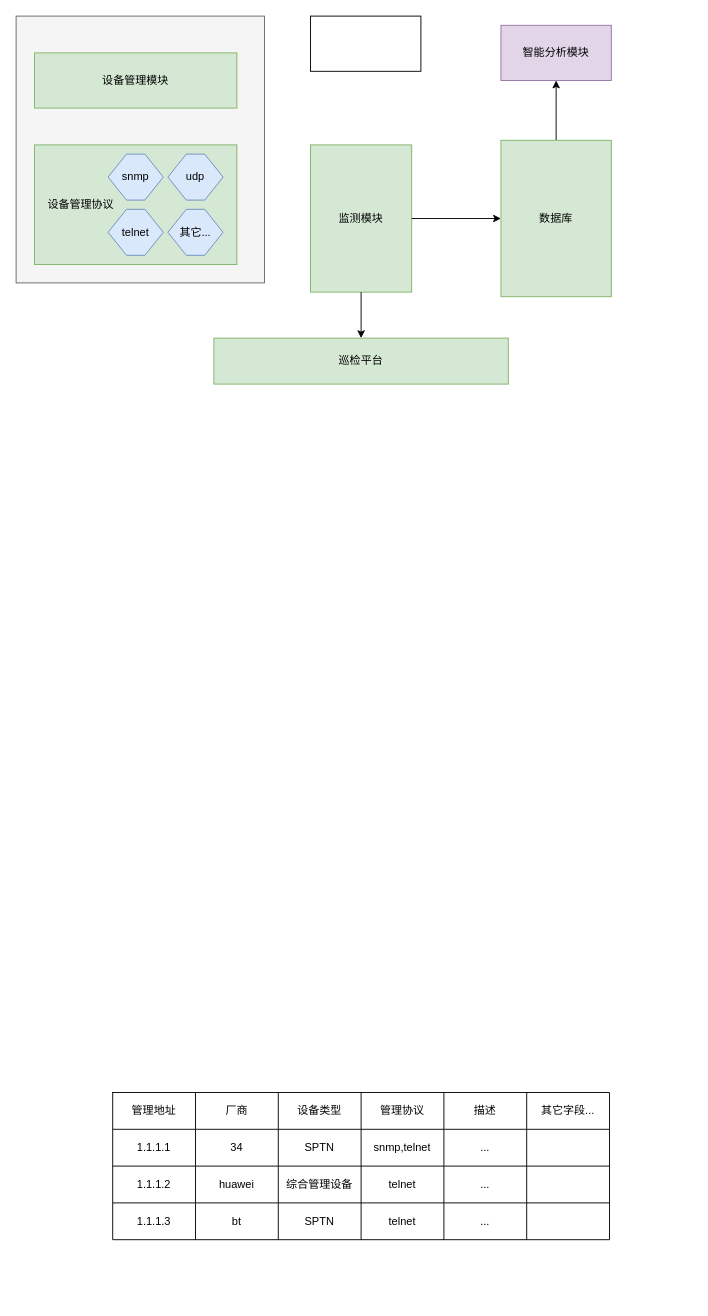
Earlier version of the draw.io diagram 未命名绘图.drawio (wdmlsx/xunjian). Source tidied: cells renumbered, new cells numbered last; positions are measured from the earlier drawing's top-left corner, leaving out a move shared by most shapes. Both pictures are drawn from the tidied source at 92%, with x=0, y=0 at pixel (16, 16).
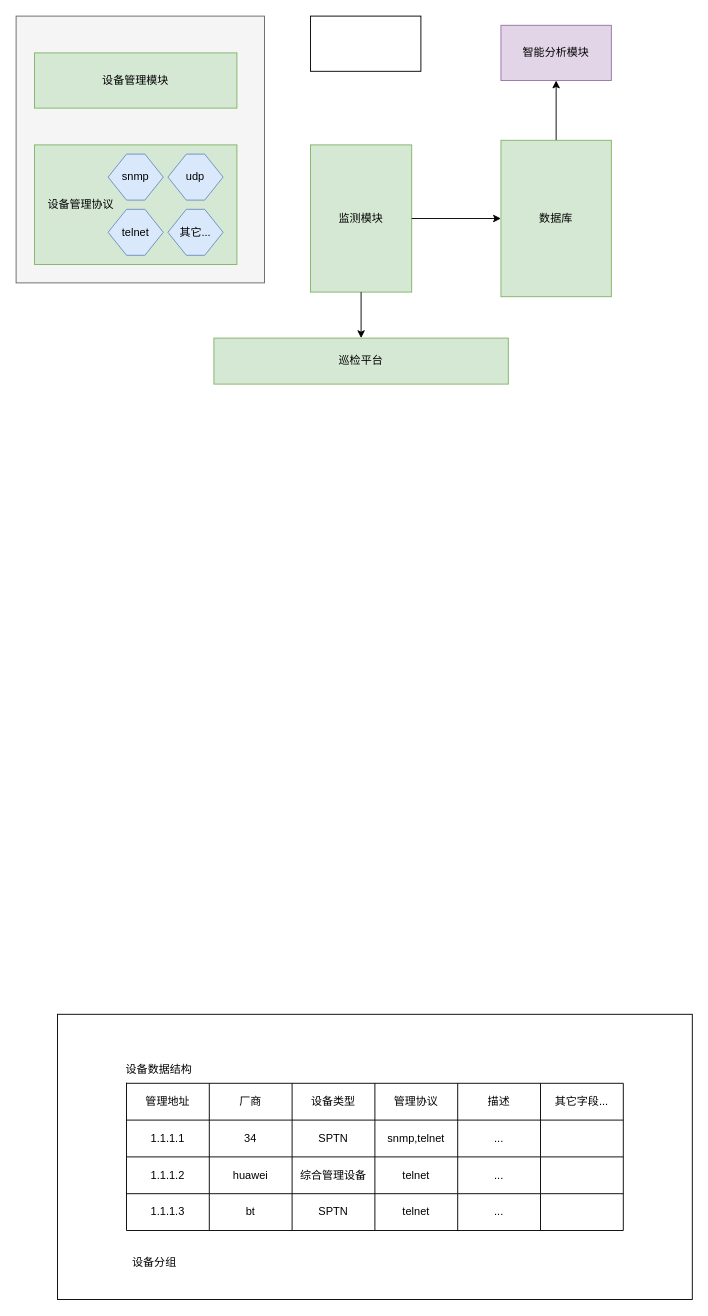
Above is the later version.

Change to the diagram source:
```diff
@@
+    <mxCell id="47" style="rounded=0;whiteSpace=wrap;html=1;" parent="1" vertex="1">
+      <mxGeometry x="45" y="1085" width="690" height="310" as="geometry" />
+    </mxCell>
@@
     <mxCell id="18" style="shape=table;startSize=0;childLayout=tableLayout;" parent="1" vertex="1">
-      <mxGeometry x="105" y="1170" width="540" height="160" as="geometry" />
+      <mxGeometry x="120" y="1160" width="540" height="160" as="geometry" />
     </mxCell>
@@
+    <mxCell id="48" value="设备数据结构" style="text;html=1;align=center;verticalAlign=middle;strokeColor=none;fillColor=none;" parent="1" vertex="1">
+      <mxGeometry x="105" y="1130" width="100" height="30" as="geometry" />
+    </mxCell>
+    <mxCell id="49" value="设备分组" style="text;html=1;align=center;verticalAlign=middle;strokeColor=none;fillColor=none;" parent="1" vertex="1">
+      <mxGeometry x="115" y="1340" width="70" height="30" as="geometry" />
+    </mxCell>
```
